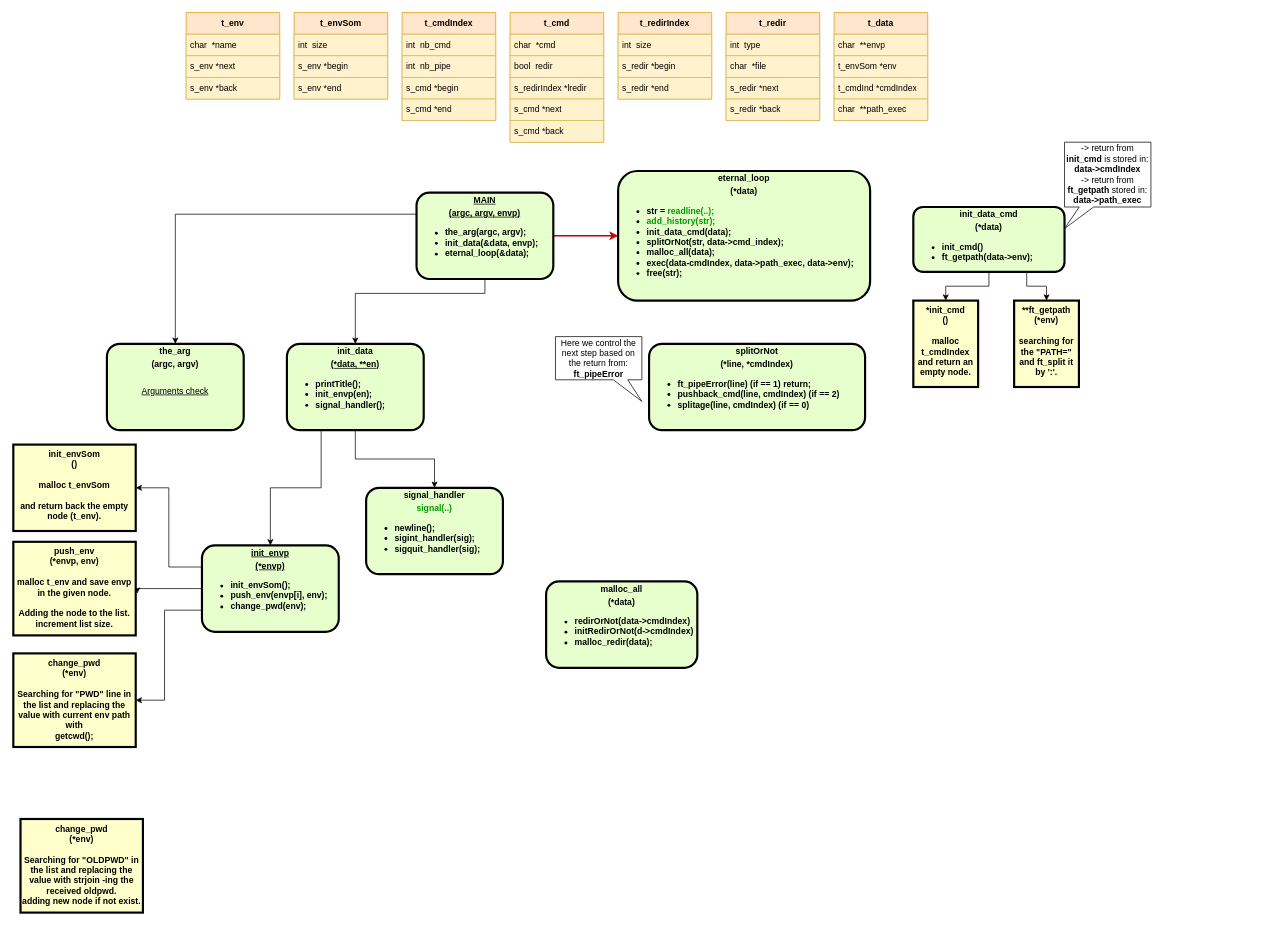
Above: Minishell.drawio in El-cmd/My_MiniShell (draw.io), before the change. Source tidied: cells renumbered, new cells numbered last; positions are measured from the earlier drawing's top-left corner, leaving out a move shared by most shapes. Both pictures are drawn from the tidied source at 72%, with x=0, y=0 at pixel (13, 12).
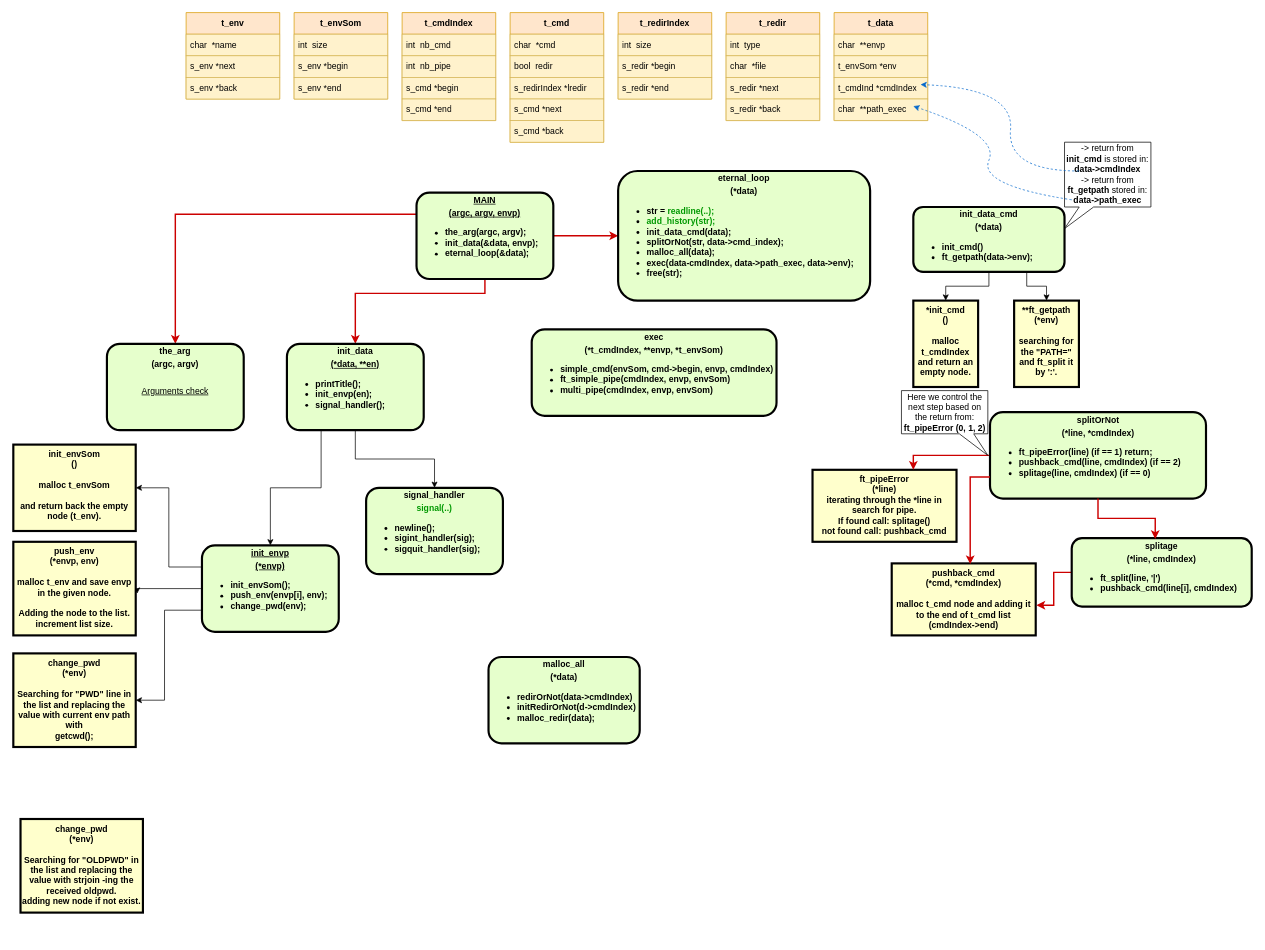
After the change.

Unchanged cells that the change refers to:
```xml
<mxCell id="5" value="&lt;p style=&quot;margin: 0px; margin-top: 4px; text-align: center; text-decoration: underline;&quot;&gt;&lt;strong&gt;MAIN&lt;/strong&gt;&lt;/p&gt;&lt;p style=&quot;margin: 0px; margin-top: 4px; text-align: center; text-decoration: underline;&quot;&gt;&lt;strong&gt;(argc, argv, envp)&lt;br&gt;&lt;/strong&gt;&lt;/p&gt;&lt;div align=&quot;left&quot;&gt;&lt;ul&gt;&lt;li&gt;&lt;strong&gt;the_arg(argc, argv);&lt;/strong&gt;&lt;/li&gt;&lt;li&gt;&lt;strong&gt;init_data(&amp;amp;data, envp);&lt;/strong&gt;&lt;/li&gt;&lt;li&gt;&lt;strong&gt;eternal_loop(&amp;amp;data);&lt;/strong&gt;&lt;br&gt;&lt;/li&gt;&lt;/ul&gt;&lt;/div&gt;" style="verticalAlign=middle;align=center;overflow=fill;fontSize=12;fontFamily=Helvetica;html=1;rounded=1;fontStyle=1;strokeWidth=3;fillColor=#E6FFCC;" parent="1" vertex="1">
  <mxGeometry x="560" y="250" width="190" height="120" as="geometry" />
</mxCell>
<mxCell id="8" value="&lt;p style=&quot;margin: 4px 0px 0px; text-align: center;&quot;&gt;&lt;strong&gt;the_arg&lt;/strong&gt;&lt;/p&gt;&lt;p style=&quot;margin: 4px 0px 0px; text-align: center;&quot;&gt;&lt;strong&gt;(argc, argv)&lt;br&gt;&lt;/strong&gt;&lt;/p&gt;&lt;p style=&quot;margin: 4px 0px 0px; text-align: center;&quot;&gt;&lt;strong&gt;&lt;br&gt;&lt;/strong&gt;&lt;/p&gt;&lt;p style=&quot;margin: 0px; margin-top: 4px; text-align: center; text-decoration: underline;&quot;&gt;&lt;span style=&quot;font-weight: normal;&quot;&gt;Arguments check&lt;/span&gt;&lt;br&gt;&lt;strong&gt;&lt;/strong&gt;&lt;/p&gt;" style="verticalAlign=middle;align=center;overflow=fill;fontSize=12;fontFamily=Helvetica;html=1;rounded=1;fontStyle=1;strokeWidth=3;fillColor=#E6FFCC;" parent="1" vertex="1">
  <mxGeometry x="130" y="460" width="190" height="120" as="geometry" />
</mxCell>
<mxCell id="11" value="&lt;p style=&quot;margin: 4px 0px 0px; text-align: center;&quot;&gt;&lt;strong&gt;init_data&lt;/strong&gt;&lt;/p&gt;&lt;p style=&quot;margin: 0px; margin-top: 4px; text-align: center; text-decoration: underline;&quot;&gt;&lt;strong&gt;(*data, **en)&lt;br&gt;&lt;/strong&gt;&lt;/p&gt;&lt;div align=&quot;left&quot;&gt;&lt;ul&gt;&lt;li&gt;&lt;strong&gt;printTitle();&lt;/strong&gt;&lt;/li&gt;&lt;li&gt;&lt;strong&gt;init_envp(en);&lt;/strong&gt;&lt;/li&gt;&lt;li&gt;&lt;strong&gt;signal_handler();&lt;/strong&gt;&lt;/li&gt;&lt;/ul&gt;&lt;/div&gt;" style="verticalAlign=middle;align=center;overflow=fill;fontSize=12;fontFamily=Helvetica;html=1;rounded=1;fontStyle=1;strokeWidth=3;fillColor=#E6FFCC;" parent="1" vertex="1">
  <mxGeometry x="380" y="460" width="190" height="120" as="geometry" />
</mxCell>
<mxCell id="51" value="t_cmdInd *cmdIndex" style="text;strokeColor=#d6b656;fillColor=#fff2cc;align=left;verticalAlign=middle;spacingLeft=4;spacingRight=4;overflow=hidden;points=[[0,0.5],[1,0.5]];portConstraint=eastwest;whiteSpace=wrap;html=1;" parent="48" vertex="1">
  <mxGeometry y="90" width="130" height="30" as="geometry" />
</mxCell>
<mxCell id="52" value="char&lt;span style=&quot;white-space: pre;&quot;&gt; &lt;/span&gt;&lt;span style=&quot;white-space: pre;&quot;&gt; &lt;/span&gt;**path_exec" style="text;strokeColor=#d6b656;fillColor=#fff2cc;align=left;verticalAlign=middle;spacingLeft=4;spacingRight=4;overflow=hidden;points=[[0,0.5],[1,0.5]];portConstraint=eastwest;whiteSpace=wrap;html=1;" parent="48" vertex="1">
  <mxGeometry y="120" width="130" height="30" as="geometry" />
</mxCell>
```

Change to the diagram source:
```diff
@@
-    <mxCell id="3" style="edgeStyle=orthogonalEdgeStyle;rounded=0;jettySize=auto;html=1;exitX=0;exitY=0.25;exitDx=0;exitDy=0;" parent="1" edge="1" source="5" target="8">
+    <mxCell id="3" style="edgeStyle=orthogonalEdgeStyle;rounded=0;jettySize=auto;html=1;exitX=0;exitY=0.25;exitDx=0;exitDy=0;strokeColor=#CC0000;strokeWidth=2;" parent="1" edge="1" source="5" target="8">
       <mxGeometry relative="1" as="geometry" />
     </mxCell>
-    <mxCell id="4" style="edgeStyle=orthogonalEdgeStyle;rounded=0;jettySize=auto;html=1;" parent="1" edge="1" source="5" target="11">
+    <mxCell id="4" style="edgeStyle=orthogonalEdgeStyle;rounded=0;jettySize=auto;html=1;strokeColor=#CC0000;strokeWidth=2;" parent="1" edge="1" source="5" target="11">
       <mxGeometry relative="1" as="geometry">
         <Array as="points">
           <mxPoint x="475" y="390" />
         </Array>
       </mxGeometry>
     </mxCell>
@@
     <mxCell id="53" value="&lt;p style=&quot;margin: 4px 0px 0px; text-align: center;&quot;&gt;&lt;strong&gt;malloc_all&lt;/strong&gt;&lt;/p&gt;&lt;p style=&quot;margin: 4px 0px 0px; text-align: center;&quot;&gt;&lt;strong&gt;(*data)&lt;br&gt;&lt;/strong&gt;&lt;/p&gt;&lt;div align=&quot;left&quot;&gt;&lt;ul&gt;&lt;li&gt;&lt;strong&gt;redirOrNot(data-&amp;gt;cmdIndex)&lt;/strong&gt;&lt;/li&gt;&lt;li&gt;&lt;strong&gt;initRedirOrNot(d-&amp;gt;cmdIndex)&lt;/strong&gt;&lt;/li&gt;&lt;li&gt;&lt;strong&gt;malloc_redir(data);&lt;/strong&gt;&lt;/li&gt;&lt;/ul&gt;&lt;/div&gt;" style="verticalAlign=middle;align=center;overflow=fill;fontSize=12;fontFamily=Helvetica;html=1;rounded=1;fontStyle=1;strokeWidth=3;fillColor=#E6FFCC;" parent="1" vertex="1">
-      <mxGeometry x="740" y="790" width="210" height="120" as="geometry" />
+      <mxGeometry x="660" y="895" width="210" height="120" as="geometry" />
     </mxCell>
@@
-    <mxCell id="61" style="group;" parent="1" vertex="1">
-      <mxGeometry x="753" y="450" width="430" height="130" as="geometry" />
-    </mxCell>
+    <mxCell id="64" style="curved=1;endArrow=classic;html=1;rounded=0;strokeColor=#0066CC;dashed=1;entryX=0.846;entryY=0.333;entryDx=0;entryDy=0;entryPerimeter=0;" parent="1" edge="1" target="52">
+      <mxGeometry relative="1" as="geometry">
+        <mxPoint x="1470" y="260" as="sourcePoint" />
+        <Array as="points">
+          <mxPoint x="1340" y="240" />
+          <mxPoint x="1370" y="170" />
+        </Array>
+      </mxGeometry>
+    </mxCell>
+    <mxCell id="65" style="curved=1;endArrow=classic;html=1;rounded=0;strokeColor=#0066CC;dashed=1;entryX=0.923;entryY=0.333;entryDx=0;entryDy=0;entryPerimeter=0;" parent="1" edge="1" target="51">
+      <mxGeometry relative="1" as="geometry">
+        <mxPoint x="1480" y="220" as="sourcePoint" />
+        <Array as="points">
+          <mxPoint x="1380" y="220" />
+          <mxPoint x="1390" y="105" />
+        </Array>
+      </mxGeometry>
+    </mxCell>
+    <mxCell id="66" style="group;" parent="1" vertex="1">
+      <mxGeometry x="1110" y="525" width="610" height="340" as="geometry" />
+    </mxCell>
+    <mxCell id="67" value="ft_pipeError&#10;(*line)&#10;iterating through the *line in search for pipe.&#10;If found call: splitage()&#10;not found call: pushback_cmd&#10;&#10;&#10;&#10;" style="align=center;verticalAlign=top;fontStyle=1;strokeWidth=3;fillColor=#FFFFCC;whiteSpace=wrap;" parent="66" vertex="1">
+      <mxGeometry y="110" width="200" height="100" as="geometry" />
+    </mxCell>
+    <mxCell id="68" style="edgeStyle=orthogonalEdgeStyle;rounded=0;jettySize=auto;html=1;exitX=0;exitY=0.5;exitDx=0;exitDy=0;strokeColor=#CC0000;strokeWidth=2;" parent="66" edge="1" source="62" target="67">
+      <mxGeometry relative="1" as="geometry">
+        <Array as="points">
+          <mxPoint x="140" y="90" />
+        </Array>
+      </mxGeometry>
+    </mxCell>
+    <mxCell id="69" style="group;" parent="66" vertex="1">
+      <mxGeometry x="123.5" width="423" height="150" as="geometry" />
+    </mxCell>
-    <mxCell id="62" value="&lt;p style=&quot;margin: 4px 0px 0px; text-align: center;&quot;&gt;&lt;strong&gt;splitOrNot&lt;/strong&gt;&lt;/p&gt;&lt;p style=&quot;margin: 4px 0px 0px; text-align: center;&quot;&gt;&lt;strong&gt;(*line, *cmdIndex)&lt;br&gt;&lt;/strong&gt;&lt;/p&gt;&lt;div align=&quot;left&quot;&gt;&lt;ul&gt;&lt;li&gt;&lt;strong&gt;ft_pipeError(line) (if == 1) return;&lt;br&gt;&lt;/strong&gt;&lt;/li&gt;&lt;li&gt;&lt;strong&gt;pushback_cmd(line, cmdIndex) (if == 2)&lt;br&gt;&lt;/strong&gt;&lt;/li&gt;&lt;li&gt;&lt;strong&gt;splitage(line, cmdIndex) (if == 0)&lt;br&gt;&lt;/strong&gt;&lt;/li&gt;&lt;/ul&gt;&lt;/div&gt;" style="verticalAlign=middle;align=center;overflow=fill;fontSize=12;fontFamily=Helvetica;html=1;rounded=1;fontStyle=1;strokeWidth=3;fillColor=#E6FFCC;" parent="61" vertex="1">
-      <mxGeometry x="130" y="10" width="300" height="120" as="geometry" />
+    <mxCell id="62" value="&lt;p style=&quot;margin: 4px 0px 0px; text-align: center;&quot;&gt;&lt;strong&gt;splitOrNot&lt;/strong&gt;&lt;/p&gt;&lt;p style=&quot;margin: 4px 0px 0px; text-align: center;&quot;&gt;&lt;strong&gt;(*line, *cmdIndex)&lt;br&gt;&lt;/strong&gt;&lt;/p&gt;&lt;div align=&quot;left&quot;&gt;&lt;ul&gt;&lt;li&gt;&lt;strong&gt;ft_pipeError(line) (if == 1) return;&lt;br&gt;&lt;/strong&gt;&lt;/li&gt;&lt;li&gt;&lt;strong&gt;pushback_cmd(line, cmdIndex) (if == 2)&lt;br&gt;&lt;/strong&gt;&lt;/li&gt;&lt;li&gt;&lt;strong&gt;splitage(line, cmdIndex) (if == 0)&lt;br&gt;&lt;/strong&gt;&lt;/li&gt;&lt;/ul&gt;&lt;/div&gt;" style="verticalAlign=middle;align=center;overflow=fill;fontSize=12;fontFamily=Helvetica;html=1;rounded=1;fontStyle=1;strokeWidth=3;fillColor=#E6FFCC;" parent="69" vertex="1">
+      <mxGeometry x="123" y="30" width="300" height="120" as="geometry" />
     </mxCell>
-    <mxCell id="63" value="Here we control the next step based on the return from: &lt;b&gt;ft_pipeError&lt;/b&gt; " style="shape=callout;whiteSpace=wrap;html=1;perimeter=calloutPerimeter;position2=1;base=20;size=30;position=0.67;" parent="61" vertex="1">
+    <mxCell id="63" value="Here we control the next step based on the return from: &lt;b&gt;ft_pipeError (0, 1, 2)&lt;/b&gt; " style="shape=callout;whiteSpace=wrap;html=1;perimeter=calloutPerimeter;position2=1;base=20;size=30;position=0.67;" parent="69" vertex="1">
       <mxGeometry width="120" height="90" as="geometry" />
     </mxCell>
+    <mxCell id="70" value="pushback_cmd&#10;(*cmd, *cmdIndex)&#10;&#10;malloc t_cmd node and adding it to the end of t_cmd list (cmdIndex-&gt;end)&#10;&#10;&#10;&#10;" style="align=center;verticalAlign=top;fontStyle=1;strokeWidth=3;fillColor=#FFFFCC;whiteSpace=wrap;" parent="66" vertex="1">
+      <mxGeometry x="110" y="240" width="200" height="100" as="geometry" />
+    </mxCell>
+    <mxCell id="71" style="edgeStyle=orthogonalEdgeStyle;rounded=0;jettySize=auto;html=1;exitX=0;exitY=0.5;exitDx=0;exitDy=0;entryX=1.005;entryY=0.58;entryDx=0;entryDy=0;entryPerimeter=0;strokeColor=#CC0000;strokeWidth=2;" parent="66" edge="1" source="72" target="70">
+      <mxGeometry relative="1" as="geometry" />
+    </mxCell>
+    <mxCell id="72" value="&lt;p style=&quot;margin: 4px 0px 0px; text-align: center;&quot;&gt;&lt;strong&gt;splitage&lt;/strong&gt;&lt;/p&gt;&lt;p style=&quot;margin: 4px 0px 0px; text-align: center;&quot;&gt;&lt;strong&gt;(*line, cmdIndex)&lt;br&gt;&lt;/strong&gt;&lt;/p&gt;&lt;div align=&quot;left&quot;&gt;&lt;ul&gt;&lt;li&gt;&lt;strong&gt;ft_split(line, '|')&lt;br&gt;&lt;/strong&gt;&lt;/li&gt;&lt;li&gt;&lt;strong&gt;pushback_cmd(line[i], cmdIndex)&lt;/strong&gt;&lt;/li&gt;&lt;/ul&gt;&lt;/div&gt;" style="verticalAlign=middle;align=center;overflow=fill;fontSize=12;fontFamily=Helvetica;html=1;rounded=1;fontStyle=1;strokeWidth=3;fillColor=#E6FFCC;" parent="66" vertex="1">
+      <mxGeometry x="360" y="205" width="250" height="95" as="geometry" />
+    </mxCell>
+    <mxCell id="73" style="edgeStyle=orthogonalEdgeStyle;rounded=0;jettySize=auto;html=1;exitX=0;exitY=0.75;exitDx=0;exitDy=0;entryX=0.545;entryY=0.01;entryDx=0;entryDy=0;entryPerimeter=0;strokeColor=#CC0000;strokeWidth=2;" parent="66" edge="1" source="62" target="70">
+      <mxGeometry relative="1" as="geometry" />
+    </mxCell>
+    <mxCell id="74" style="edgeStyle=orthogonalEdgeStyle;rounded=0;jettySize=auto;html=1;exitX=0.5;exitY=1;exitDx=0;exitDy=0;entryX=0.464;entryY=0.011;entryDx=0;entryDy=0;entryPerimeter=0;strokeColor=#CC0000;strokeWidth=2;" parent="66" edge="1" source="62" target="72">
+      <mxGeometry relative="1" as="geometry" />
+    </mxCell>
+    <mxCell id="75" value="&lt;p style=&quot;margin: 4px 0px 0px; text-align: center;&quot;&gt;&lt;strong&gt;exec&lt;/strong&gt;&lt;/p&gt;&lt;p style=&quot;margin: 4px 0px 0px; text-align: center;&quot;&gt;&lt;strong&gt;(*t_cmdIndex, **envp, *t_envSom)&lt;br&gt;&lt;/strong&gt;&lt;/p&gt;&lt;div align=&quot;left&quot;&gt;&lt;ul&gt;&lt;li&gt;&lt;strong&gt;simple_cmd(envSom, cmd-&amp;gt;begin, envp, cmdIndex)&lt;/strong&gt;&lt;/li&gt;&lt;li&gt;&lt;strong&gt;ft_simple_pipe(cmdIndex, envp, envSom)&lt;/strong&gt;&lt;/li&gt;&lt;li&gt;&lt;strong&gt;multi_pipe(cmdIndex, envp, envSom)&lt;/strong&gt;&lt;/li&gt;&lt;/ul&gt;&lt;/div&gt;" style="verticalAlign=middle;align=center;overflow=fill;fontSize=12;fontFamily=Helvetica;html=1;rounded=1;fontStyle=1;strokeWidth=3;fillColor=#E6FFCC;" parent="1" vertex="1">
+      <mxGeometry x="720" y="440" width="340" height="120" as="geometry" />
+    </mxCell>
```
